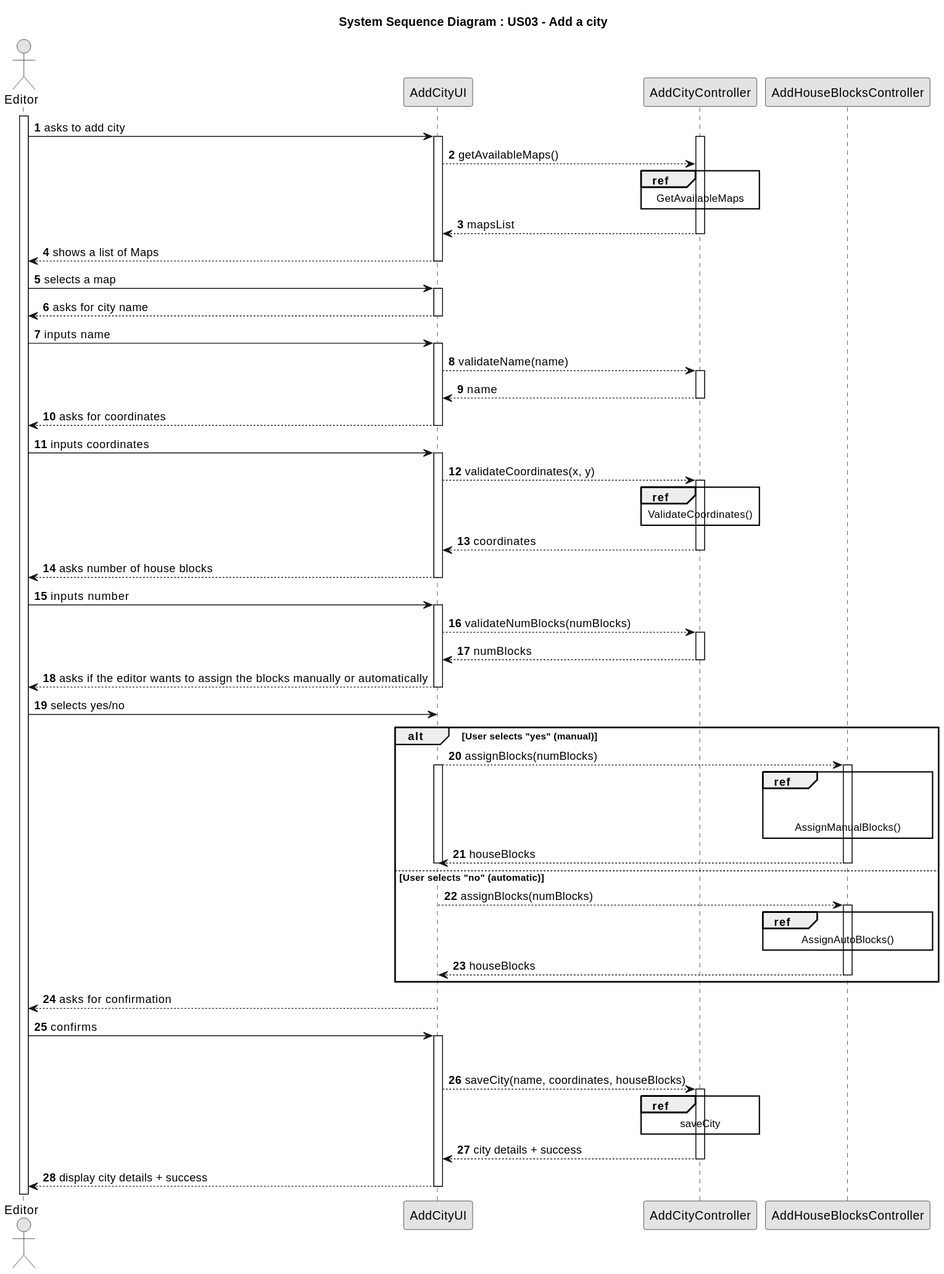
The PlantUML diagram docs/system-documentation/Sprint 2/US03/03.design/svg/US03-SD-split.svg in HenriqueSilva18/Railway-Network-Simulator, before a commit. Its diagram source:
```plantuml
@startuml
skinparam monochrome true
skinparam packageStyle rectangle
skinparam shadowing false
autonumber

title System Sequence Diagram : US03 - Add a city

actor "Editor" as Editor
participant AddCityUI
participant AddCityController
participant AddHouseBlocksController as AddBHouseBlocksController

activate Editor
Editor -> AddCityUI : asks to add city
        activate AddCityUI
activate AddCityController
AddCityUI --> AddCityController : getAvailableMaps()

ref over AddCityController
GetAvailableMaps
end
AddCityController --> AddCityUI : mapsList
deactivate AddCityController

        AddCityUI --> Editor: shows a list of Maps
        deactivate AddCityUI
        Editor -> AddCityUI: selects a map
        activate AddCityUI
        AddCityUI --> Editor : asks for city name
        deactivate AddCityUI


    Editor -> AddCityUI: inputs name

        activate AddCityUI
        AddCityUI --> AddCityController: validateName(name)
        activate AddCityController
        AddCityController --> AddCityUI: name
        deactivate AddCityController
        AddCityUI --> Editor: asks for coordinates
        deactivate AddCityUI
    Editor -> AddCityUI: inputs coordinates
        activate AddCityUI
        AddCityUI --> AddCityController: validateCoordinates(x, y)
        activate AddCityController
        ref over AddCityController
        ValidateCoordinates()
        end
        AddCityController --> AddCityUI: coordinates
        deactivate AddCityController
        AddCityUI --> Editor: asks number of house blocks
        deactivate AddCityUI
    Editor -> AddCityUI: inputs number
        activate AddCityUI
        AddCityUI --> AddCityController: validateNumBlocks(numBlocks)
        activate AddCityController
        AddCityController --> AddCityUI: numBlocks
        deactivate AddCityController
        AddCityUI --> Editor: asks if the editor wants to assign the blocks manually or automatically
        deactivate AddCityUI
    Editor -> AddCityUI: selects yes/no
alt User selects "yes" (manual)
    AddCityUI --> AddBHouseBlocksController : assignBlocks(numBlocks)
    activate AddBHouseBlocksController
    activate AddCityUI
    ref over AddBHouseBlocksController


        AssignManualBlocks()
    end
    AddBHouseBlocksController --> AddCityUI : houseBlocks
    deactivate AddCityUI
    deactivate AddBHouseBlocksController

else User selects "no" (automatic)
    AddCityUI --> AddBHouseBlocksController : assignBlocks(numBlocks)
    activate AddBHouseBlocksController
    ref over AddBHouseBlocksController
        AssignAutoBlocks()
    end
    AddBHouseBlocksController --> AddCityUI : houseBlocks
    deactivate AddBHouseBlocksController

end alt
        AddCityUI --> Editor: asks for confirmation
        deactivate AddCityUI
        Editor -> AddCityUI: confirms

        activate AddCityUI

        deactivate AddCityController
        AddCityUI --> AddCityController: saveCity(name, coordinates, houseBlocks)
        activate AddCityController
        ref over AddCityController
        saveCity
        end
        AddCityController --> AddCityUI: city details + success
        deactivate AddCityController
        AddCityUI --> Editor: display city details + success

        deactivate AddCityUI
@enduml
```
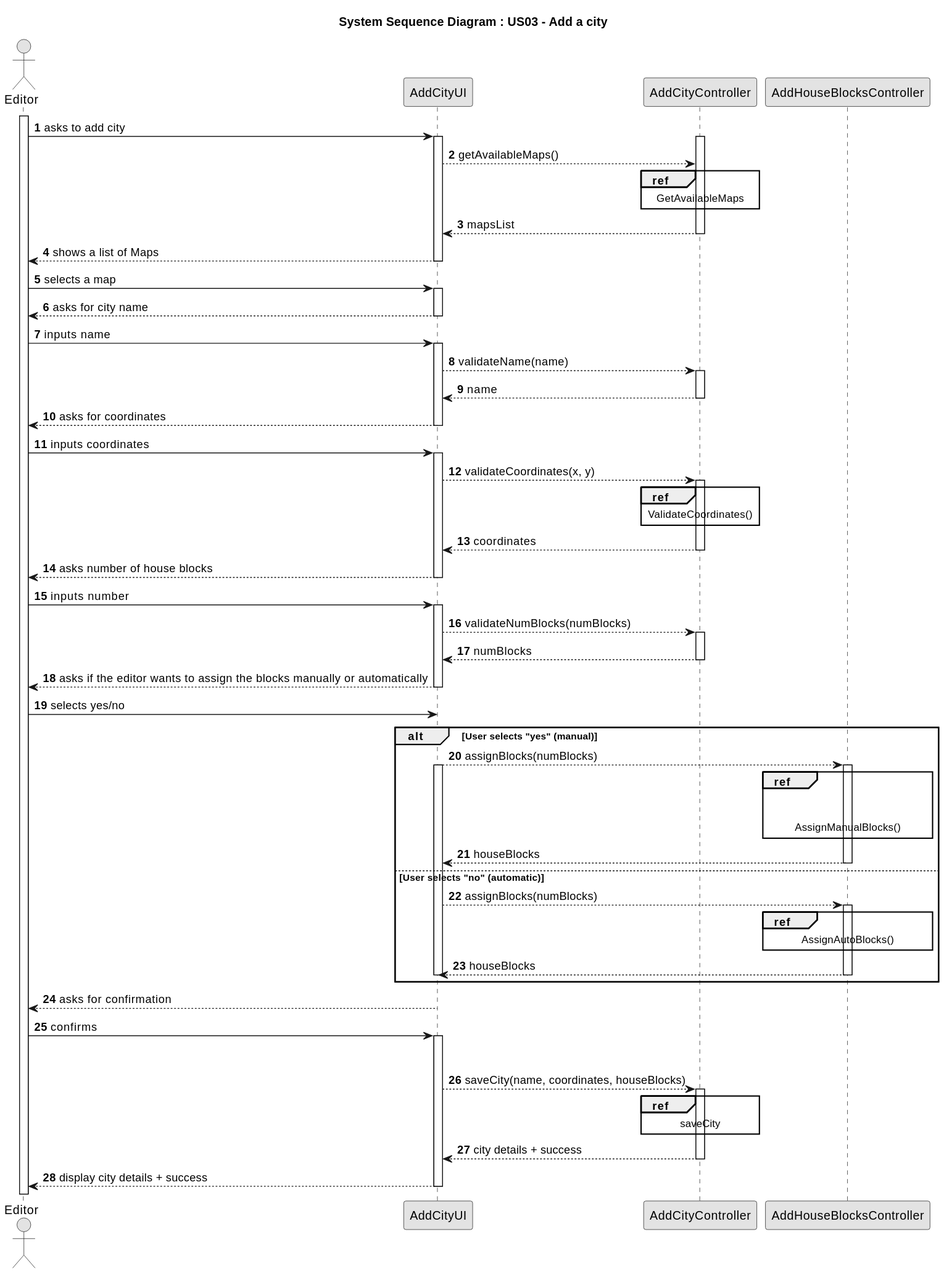
The same file after the commit.

The edit, as a diff of the source:
```diff
@@ -70,7 +70,6 @@
         AssignManualBlocks()
     end
     AddBHouseBlocksController --> AddCityUI : houseBlocks
-    deactivate AddCityUI
     deactivate AddBHouseBlocksController
 
 else User selects "no" (automatic)
@@ -80,6 +79,7 @@
         AssignAutoBlocks()
     end
     AddBHouseBlocksController --> AddCityUI : houseBlocks
+    deactivate AddCityUI
     deactivate AddBHouseBlocksController
 
 end alt
```
